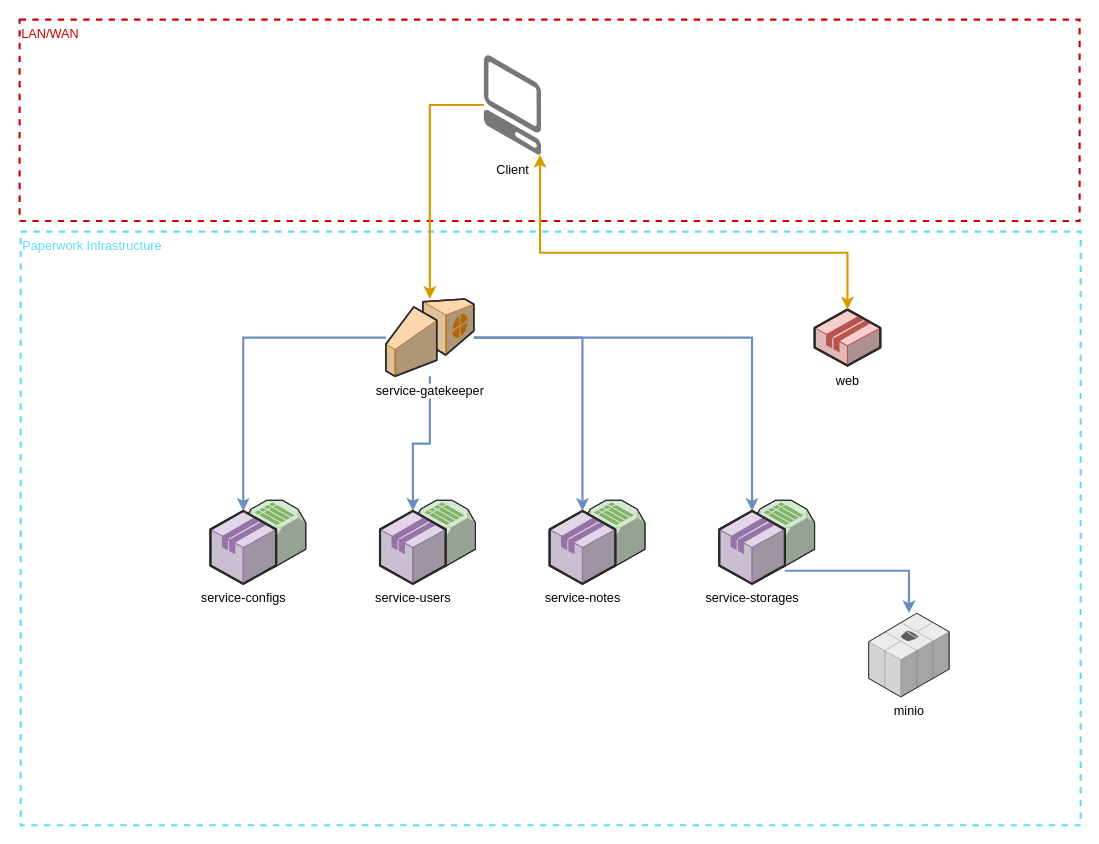
This is Paperwork Architecture.drawio from vaikan/paperwork, a draw.io file, before an edit. Source tidied: cells renumbered, new cells numbered last; positions are measured from the earlier drawing's top-left corner, leaving out a move shared by most shapes. Both pictures are drawn from the tidied source at 106%, with x=0, y=0 at pixel (19, 19).
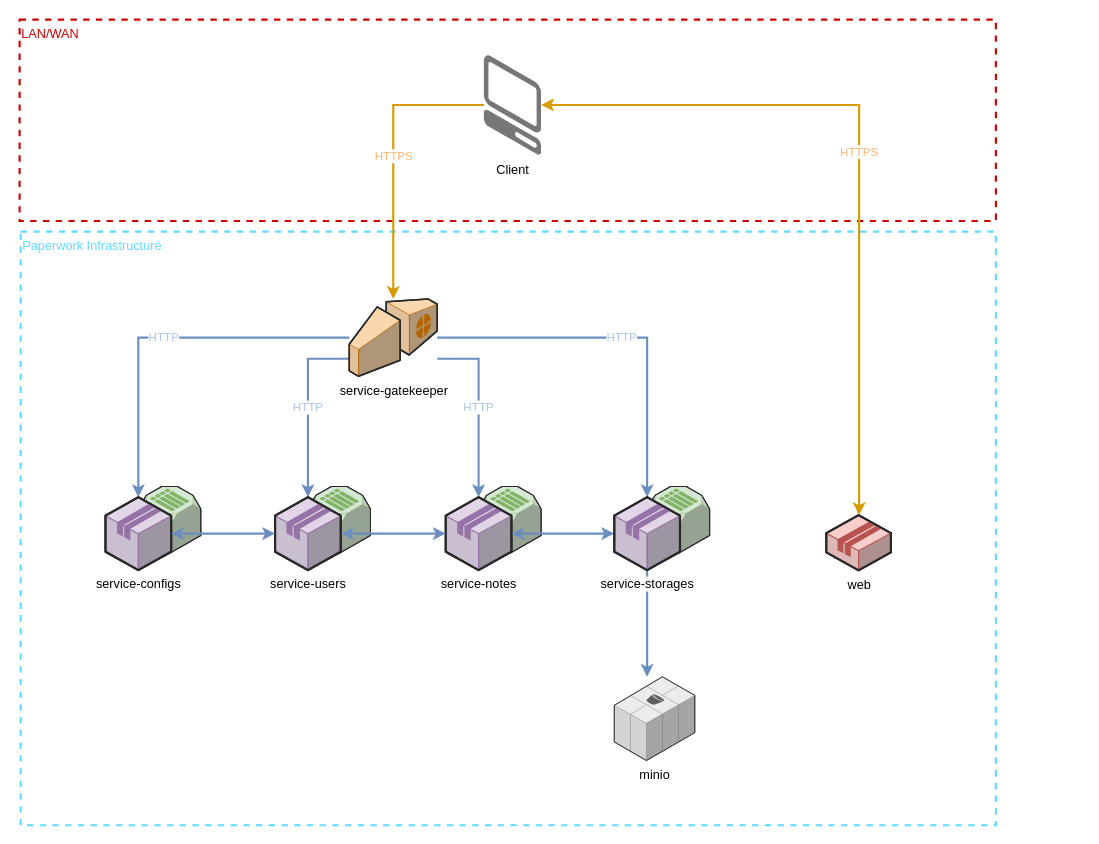
The same page after the edit.

Diff of the diagram source:
```diff
@@
     <mxCell id="2" value="&lt;div style=&quot;text-align: left&quot;&gt;&lt;span&gt;Paperwork Infrastructure&lt;/span&gt;&lt;/div&gt;" style="whiteSpace=wrap;html=1;labelBackgroundColor=#ffffff;fillColor=none;align=left;strokeColor=#61DAFF;strokeWidth=2;dashed=1;verticalAlign=top;fontColor=#61DAFF;" parent="1" vertex="1">
-      <mxGeometry x="1" y="200" width="1000" height="560" as="geometry" />
+      <mxGeometry x="1" y="200" width="920" height="560" as="geometry" />
     </mxCell>
     <mxCell id="3" value="&lt;div style=&quot;text-align: left&quot;&gt;LAN/WAN&lt;/div&gt;" style="whiteSpace=wrap;html=1;labelBackgroundColor=#ffffff;fillColor=none;align=left;strokeColor=#CC0000;strokeWidth=2;dashed=1;verticalAlign=top;fontColor=#CC0000;" parent="1" vertex="1">
-      <mxGeometry width="1000" height="190" as="geometry" />
+      <mxGeometry width="921" height="190" as="geometry" />
     </mxCell>
     <mxCell id="4" value="minio" style="verticalLabelPosition=bottom;html=1;verticalAlign=top;strokeWidth=1;align=center;outlineConnect=0;dashed=0;outlineConnect=0;shape=mxgraph.aws3d.s3;fillColor=#ECECEC;strokeColor=#5E5E5E;labelBackgroundColor=#ffffff;" parent="1" vertex="1">
-      <mxGeometry x="801" y="560" width="76" height="79" as="geometry" />
+      <mxGeometry x="561" y="620" width="76" height="79" as="geometry" />
     </mxCell>
-    <mxCell id="5" style="edgeStyle=orthogonalEdgeStyle;rounded=0;jettySize=auto;html=1;strokeWidth=2;fillColor=#dae8fc;strokeColor=#6c8ebf;" parent="1" edge="1" source="9" target="14">
-      <mxGeometry relative="1" as="geometry" />
+    <mxCell id="5" value="HTTP" style="edgeStyle=orthogonalEdgeStyle;rounded=0;jettySize=auto;html=1;strokeWidth=2;fillColor=#dae8fc;strokeColor=#6c8ebf;fontColor=#A9C4EB;" parent="1" edge="1" source="9" target="14">
+      <mxGeometry relative="1" as="geometry">
+        <Array as="points">
+          <mxPoint x="112" y="300" />
+        </Array>
+      </mxGeometry>
     </mxCell>
-    <mxCell id="6" style="edgeStyle=orthogonalEdgeStyle;rounded=0;jettySize=auto;html=1;strokeWidth=2;fillColor=#dae8fc;strokeColor=#6c8ebf;" parent="1" edge="1" source="9" target="17">
-      <mxGeometry relative="1" as="geometry" />
+    <mxCell id="6" value="HTTP" style="edgeStyle=orthogonalEdgeStyle;rounded=0;jettySize=auto;html=1;strokeWidth=2;fillColor=#dae8fc;strokeColor=#6c8ebf;fontColor=#A9C4EB;" parent="1" edge="1" source="9" target="17">
+      <mxGeometry relative="1" as="geometry">
+        <Array as="points">
+          <mxPoint x="272" y="320" />
+        </Array>
+      </mxGeometry>
     </mxCell>
-    <mxCell id="7" style="edgeStyle=orthogonalEdgeStyle;rounded=0;jettySize=auto;html=1;strokeWidth=2;fillColor=#dae8fc;strokeColor=#6c8ebf;" parent="1" edge="1" source="9" target="20">
-      <mxGeometry relative="1" as="geometry" />
+    <mxCell id="7" value="HTTP" style="edgeStyle=orthogonalEdgeStyle;rounded=0;jettySize=auto;html=1;strokeWidth=2;fillColor=#dae8fc;strokeColor=#6c8ebf;fontColor=#A9C4EB;" parent="1" edge="1" source="9" target="20">
+      <mxGeometry relative="1" as="geometry">
+        <Array as="points">
+          <mxPoint x="433" y="320" />
+        </Array>
+      </mxGeometry>
     </mxCell>
-    <mxCell id="8" style="edgeStyle=orthogonalEdgeStyle;rounded=0;jettySize=auto;html=1;strokeWidth=2;fillColor=#dae8fc;strokeColor=#6c8ebf;" parent="1" edge="1" source="9" target="23">
-      <mxGeometry relative="1" as="geometry" />
+    <mxCell id="8" value="HTTP" style="edgeStyle=orthogonalEdgeStyle;rounded=0;jettySize=auto;html=1;strokeWidth=2;fillColor=#dae8fc;strokeColor=#6c8ebf;fontColor=#A9C4EB;" parent="1" edge="1" source="9" target="23">
+      <mxGeometry relative="1" as="geometry">
+        <Array as="points">
+          <mxPoint x="592" y="300" />
+        </Array>
+      </mxGeometry>
     </mxCell>
     <mxCell id="9" value="service-gatekeeper" style="verticalLabelPosition=bottom;html=1;verticalAlign=top;strokeWidth=1;align=center;outlineConnect=0;dashed=0;outlineConnect=0;shape=mxgraph.aws3d.customerGateway;fillColor=#fad7ac;strokeColor=#b46504;labelBackgroundColor=#ffffff;" parent="1" vertex="1">
-      <mxGeometry x="345.5" y="263.5" width="83" height="73" as="geometry" />
+      <mxGeometry x="311" y="263.5" width="83" height="73" as="geometry" />
     </mxCell>
     <mxCell id="10" value="web" style="verticalLabelPosition=bottom;html=1;verticalAlign=top;strokeWidth=1;align=center;outlineConnect=0;dashed=0;outlineConnect=0;shape=mxgraph.aws3d.application2;fillColor=#f8cecc;strokeColor=#b85450;labelBackgroundColor=#ffffff;" parent="1" vertex="1">
-      <mxGeometry x="750" y="273.5" width="62" height="53" as="geometry" />
+      <mxGeometry x="761" y="467.5" width="61" height="52" as="geometry" />
     </mxCell>
-    <mxCell id="11" style="edgeStyle=orthogonalEdgeStyle;rounded=0;jettySize=auto;html=1;fillColor=#ffe6cc;strokeColor=#d79b00;strokeWidth=2;startArrow=classic;startFill=1;" parent="1" edge="1" source="25" target="10">
+    <mxCell id="11" value="HTTPS" style="edgeStyle=orthogonalEdgeStyle;rounded=0;jettySize=auto;html=1;fillColor=#ffe6cc;strokeColor=#d79b00;strokeWidth=2;startArrow=classic;startFill=1;fontColor=#FFB570;" parent="1" edge="1" source="25" target="10">
       <mxGeometry relative="1" as="geometry">
         <Array as="points">
-          <mxPoint x="491" y="220" />
-          <mxPoint x="781" y="220" />
+          <mxPoint x="792" y="81" />
         </Array>
       </mxGeometry>
     </mxCell>
     <mxCell id="12" style="group;labelBackgroundColor=#ffffff;" parent="1" vertex="1">
-      <mxGeometry x="180" y="453.5" width="90" height="78.8" as="geometry" />
+      <mxGeometry x="81" y="440.5" width="90" height="78.8" as="geometry" />
     </mxCell>
@@
-    <mxCell id="14" value="service-configs&lt;br&gt;" style="verticalLabelPosition=bottom;html=1;verticalAlign=top;strokeWidth=1;align=center;outlineConnect=0;dashed=0;outlineConnect=0;shape=mxgraph.aws3d.application;fillColor=#e1d5e7;strokeColor=#9673a6;gradientColor=none;" parent="12" vertex="1">
+    <mxCell id="14" value="service-configs&lt;br&gt;" style="verticalLabelPosition=bottom;html=1;verticalAlign=top;strokeWidth=1;align=center;outlineConnect=0;dashed=0;outlineConnect=0;shape=mxgraph.aws3d.application;fillColor=#e1d5e7;strokeColor=#9673a6;gradientColor=none;labelBackgroundColor=#ffffff;" parent="12" vertex="1">
       <mxGeometry y="10" width="62" height="68.8" as="geometry" />
     </mxCell>
     <mxCell id="15" style="group;labelBackgroundColor=#ffffff;" parent="1" vertex="1">
-      <mxGeometry x="340" y="453.5" width="90" height="78.8" as="geometry" />
+      <mxGeometry x="241" y="440.5" width="90" height="78.8" as="geometry" />
     </mxCell>
@@
-    <mxCell id="17" value="service-users&lt;br&gt;" style="verticalLabelPosition=bottom;html=1;verticalAlign=top;strokeWidth=1;align=center;outlineConnect=0;dashed=0;outlineConnect=0;shape=mxgraph.aws3d.application;fillColor=#e1d5e7;strokeColor=#9673a6;gradientColor=none;" parent="15" vertex="1">
+    <mxCell id="17" value="service-users&lt;br&gt;" style="verticalLabelPosition=bottom;html=1;verticalAlign=top;strokeWidth=1;align=center;outlineConnect=0;dashed=0;outlineConnect=0;shape=mxgraph.aws3d.application;fillColor=#e1d5e7;strokeColor=#9673a6;gradientColor=none;labelBackgroundColor=#ffffff;" parent="15" vertex="1">
       <mxGeometry y="10" width="62" height="68.8" as="geometry" />
     </mxCell>
     <mxCell id="18" style="group;labelBackgroundColor=#ffffff;" parent="1" vertex="1">
-      <mxGeometry x="500" y="453.5" width="90" height="78.8" as="geometry" />
+      <mxGeometry x="402" y="440.5" width="90" height="78.8" as="geometry" />
     </mxCell>
@@
-    <mxCell id="20" value="service-notes&lt;br&gt;" style="verticalLabelPosition=bottom;html=1;verticalAlign=top;strokeWidth=1;align=center;outlineConnect=0;dashed=0;outlineConnect=0;shape=mxgraph.aws3d.application;fillColor=#e1d5e7;strokeColor=#9673a6;gradientColor=none;" parent="18" vertex="1">
+    <mxCell id="20" value="service-notes&lt;br&gt;" style="verticalLabelPosition=bottom;html=1;verticalAlign=top;strokeWidth=1;align=center;outlineConnect=0;dashed=0;outlineConnect=0;shape=mxgraph.aws3d.application;fillColor=#e1d5e7;strokeColor=#9673a6;gradientColor=none;labelBackgroundColor=#ffffff;" parent="18" vertex="1">
       <mxGeometry y="10" width="62" height="68.8" as="geometry" />
     </mxCell>
+    <mxCell id="24" value="HTTPS" style="edgeStyle=orthogonalEdgeStyle;rounded=0;jettySize=auto;html=1;strokeWidth=2;fillColor=#ffe6cc;strokeColor=#d79b00;fontColor=#FFB570;" parent="1" edge="1" source="25" target="9">
+      <mxGeometry relative="1" as="geometry" />
+    </mxCell>
+    <mxCell id="25" value="Client" style="verticalLabelPosition=bottom;html=1;verticalAlign=top;strokeWidth=1;align=center;outlineConnect=0;dashed=0;outlineConnect=0;shape=mxgraph.aws3d.client;strokeColor=none;fillColor=#777777;horizontal=1;labelBackgroundColor=#ffffff;labelBorderColor=none;spacing=2;" parent="1" vertex="1">
+      <mxGeometry x="438" y="33.5" width="54" height="94" as="geometry" />
+    </mxCell>
+    <mxCell id="26" style="edgeStyle=orthogonalEdgeStyle;rounded=0;jettySize=auto;html=1;strokeWidth=2;fillColor=#dae8fc;strokeColor=#6c8ebf;" parent="1" edge="1" source="23" target="4">
+      <mxGeometry relative="1" as="geometry">
+        <Array as="points">
+          <mxPoint x="592" y="580" />
+          <mxPoint x="592" y="580" />
+        </Array>
+      </mxGeometry>
+    </mxCell>
+    <mxCell id="27" style="edgeStyle=orthogonalEdgeStyle;rounded=0;jettySize=auto;html=1;strokeWidth=2;startArrow=classic;startFill=1;fillColor=#dae8fc;strokeColor=#6c8ebf;" parent="1" edge="1" source="14" target="17">
+      <mxGeometry relative="1" as="geometry" />
+    </mxCell>
+    <mxCell id="28" style="edgeStyle=orthogonalEdgeStyle;rounded=0;jettySize=auto;html=1;startArrow=classic;startFill=1;strokeWidth=2;fillColor=#dae8fc;strokeColor=#6c8ebf;" parent="1" edge="1" source="17" target="20">
+      <mxGeometry relative="1" as="geometry" />
+    </mxCell>
+    <mxCell id="29" style="edgeStyle=orthogonalEdgeStyle;rounded=0;jettySize=auto;html=1;startArrow=classic;startFill=1;strokeWidth=2;fillColor=#dae8fc;strokeColor=#6c8ebf;" parent="1" edge="1" source="20" target="23">
+      <mxGeometry relative="1" as="geometry" />
+    </mxCell>
     <mxCell id="21" style="group;labelBackgroundColor=#ffffff;" parent="1" vertex="1">
-      <mxGeometry x="660" y="453.5" width="90" height="78.8" as="geometry" />
+      <mxGeometry x="561" y="440.5" width="90" height="78.8" as="geometry" />
     </mxCell>
@@
-    <mxCell id="23" value="service-storages&lt;br&gt;" style="verticalLabelPosition=bottom;html=1;verticalAlign=top;strokeWidth=1;align=center;outlineConnect=0;dashed=0;outlineConnect=0;shape=mxgraph.aws3d.application;fillColor=#e1d5e7;strokeColor=#9673a6;gradientColor=none;" parent="21" vertex="1">
+    <mxCell id="23" value="service-storages&lt;br&gt;" style="verticalLabelPosition=bottom;html=1;verticalAlign=top;strokeWidth=1;align=center;outlineConnect=0;dashed=0;outlineConnect=0;shape=mxgraph.aws3d.application;fillColor=#e1d5e7;strokeColor=#9673a6;gradientColor=none;labelBackgroundColor=#ffffff;" parent="21" vertex="1">
       <mxGeometry y="10" width="62" height="68.8" as="geometry" />
     </mxCell>
-    <mxCell id="24" style="edgeStyle=orthogonalEdgeStyle;rounded=0;jettySize=auto;html=1;strokeWidth=2;fillColor=#ffe6cc;strokeColor=#d79b00;" parent="1" edge="1" source="25" target="9">
-      <mxGeometry relative="1" as="geometry" />
-    </mxCell>
-    <mxCell id="25" value="Client" style="verticalLabelPosition=bottom;html=1;verticalAlign=top;strokeWidth=1;align=center;outlineConnect=0;dashed=0;outlineConnect=0;shape=mxgraph.aws3d.client;strokeColor=none;fillColor=#777777;horizontal=1;labelBackgroundColor=#ffffff;labelBorderColor=none;spacing=2;" parent="1" vertex="1">
-      <mxGeometry x="438" y="33.5" width="54" height="94" as="geometry" />
-    </mxCell>
-    <mxCell id="26" style="edgeStyle=orthogonalEdgeStyle;rounded=0;jettySize=auto;html=1;strokeWidth=2;fillColor=#dae8fc;strokeColor=#6c8ebf;" parent="1" edge="1" source="23" target="4">
-      <mxGeometry relative="1" as="geometry">
-        <Array as="points">
-          <mxPoint x="839" y="520" />
-        </Array>
-      </mxGeometry>
-    </mxCell>
```
